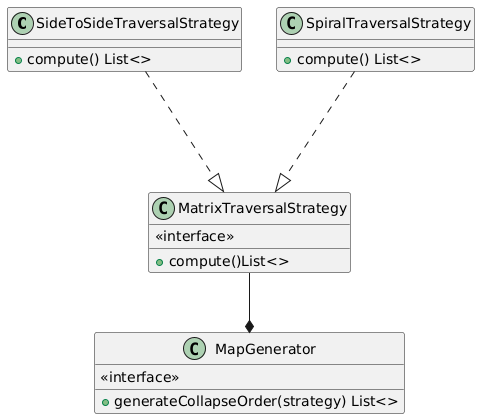
Before: report-src/img/matrix-trav-strat.png, a diagram exported from PlantUML (DanieleMerighi/OOP23-bombardero).
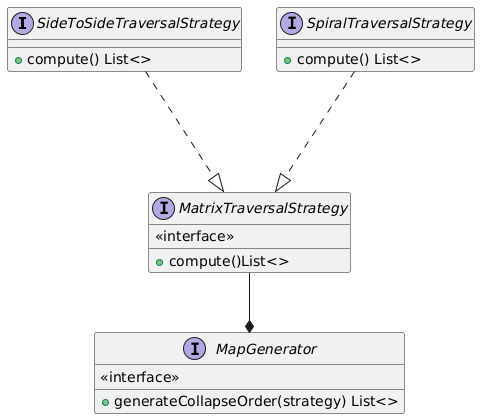
Later version of the same file.

Diff of the diagram source:
```diff
@@ -1,18 +1,18 @@
 @startuml
-class SideToSideTraversalStrategy {
+interface SideToSideTraversalStrategy {
         +compute() List<>
     }
 
-    class SpiralTraversalStrategy {
+    interface SpiralTraversalStrategy {
         +compute() List<>
     }
 
-    class MatrixTraversalStrategy {
+    interface MatrixTraversalStrategy {
         <<interface>>
         +compute()List<>
     }
 
-    class MapGenerator {
+    interface MapGenerator {
         <<interface>>
         +generateCollapseOrder(strategy) List<>
     }
```
